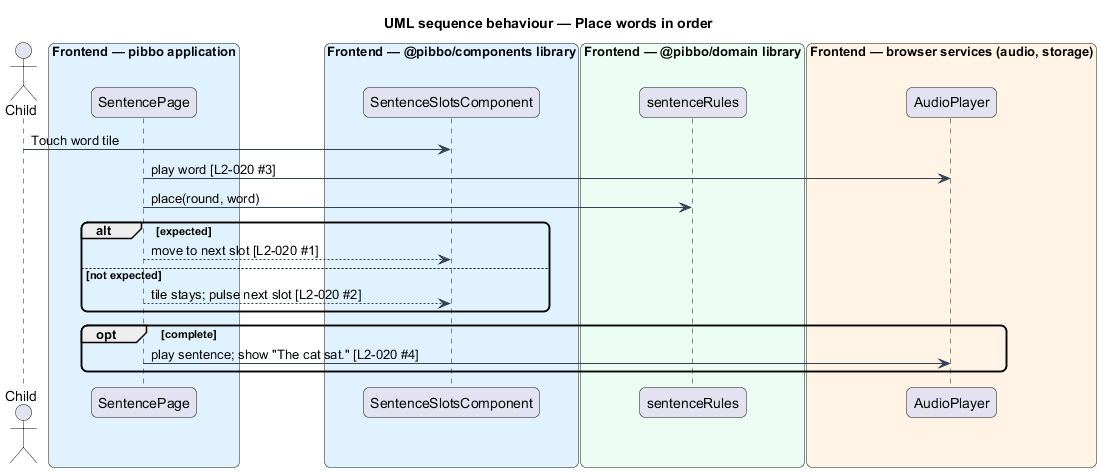
QuinntyneBrown/pibbo keeps this PlantUML diagram as docs/detailed-designs/sound-out/build-a-sentence/diagrams/sequence-place-words.png. Above is the earlier version. Its diagram source:
```plantuml
@startuml
title UML sequence behaviour — Place words in order
skinparam backgroundColor #FFFFFF
skinparam shadowing false
skinparam roundcorner 12
skinparam defaultFontName Arial
skinparam ArrowColor #344054
actor "Child" as actor
box "Frontend — pibbo application" #E0F2FE
  participant "SentencePage" as page
end box
box "Frontend — @pibbo/components library" #E0F2FE
  participant "SentenceSlotsComponent" as view
end box
box "Frontend — @pibbo/domain library" #ECFDF3
  participant "sentenceRules" as rules
end box
box "Frontend — browser services (audio, storage)" #FFF4E5
  participant "AudioPlayer" as audio
end box
actor -> view : Touch word tile
page -> audio : play word [L2-020 #3]
page -> rules : place(round, word)
alt expected
  page --> view : move to next slot [L2-020 #1]
else not expected
  page --> view : tile stays; pulse next slot [L2-020 #2]
end
opt complete
  page -> audio : play sentence; show "The cat sat." [L2-020 #4]
end
@enduml
```
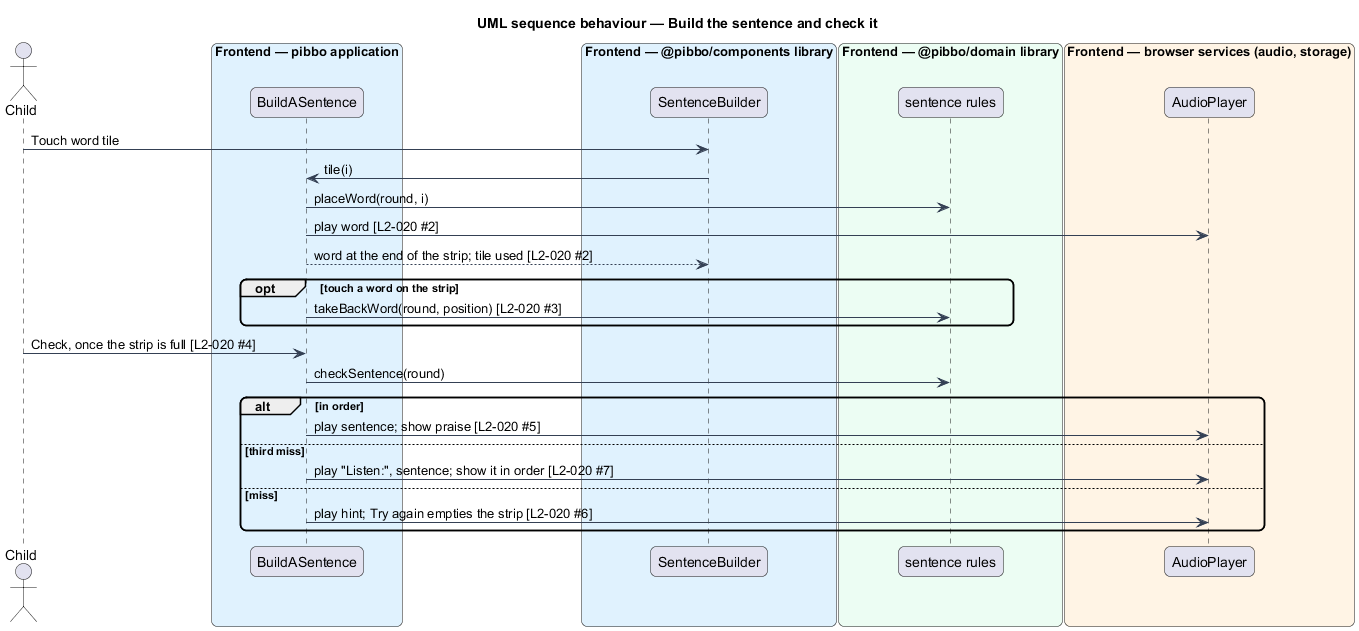
The same file after the commit.

Diff of the diagram source:
```diff
@@ -1,5 +1,5 @@
 @startuml
-title UML sequence behaviour — Place words in order
+title UML sequence behaviour — Build the sentence and check it
 skinparam backgroundColor #FFFFFF
 skinparam shadowing false
 skinparam roundcorner 12
@@ -7,26 +7,32 @@
 skinparam ArrowColor #344054
 actor "Child" as actor
 box "Frontend — pibbo application" #E0F2FE
-  participant "SentencePage" as page
+  participant "BuildASentence" as page
 end box
 box "Frontend — @pibbo/components library" #E0F2FE
-  participant "SentenceSlotsComponent" as view
+  participant "SentenceBuilder" as view
 end box
 box "Frontend — @pibbo/domain library" #ECFDF3
-  participant "sentenceRules" as rules
+  participant "sentence rules" as rules
 end box
 box "Frontend — browser services (audio, storage)" #FFF4E5
   participant "AudioPlayer" as audio
 end box
 actor -> view : Touch word tile
-page -> audio : play word [L2-020 #3]
-page -> rules : place(round, word)
-alt expected
-  page --> view : move to next slot [L2-020 #1]
-else not expected
-  page --> view : tile stays; pulse next slot [L2-020 #2]
+view -> page : tile(i)
+page -> rules : placeWord(round, i)
+page -> audio : play word [L2-020 #2]
+page --> view : word at the end of the strip; tile used [L2-020 #2]
+opt touch a word on the strip
+  page -> rules : takeBackWord(round, position) [L2-020 #3]
 end
-opt complete
-  page -> audio : play sentence; show "The cat sat." [L2-020 #4]
+actor -> page : Check, once the strip is full [L2-020 #4]
+page -> rules : checkSentence(round)
+alt in order
+  page -> audio : play sentence; show praise [L2-020 #5]
+else third miss
+  page -> audio : play "Listen:", sentence; show it in order [L2-020 #7]
+else miss
+  page -> audio : play hint; Try again empties the strip [L2-020 #6]
 end
 @enduml
```
